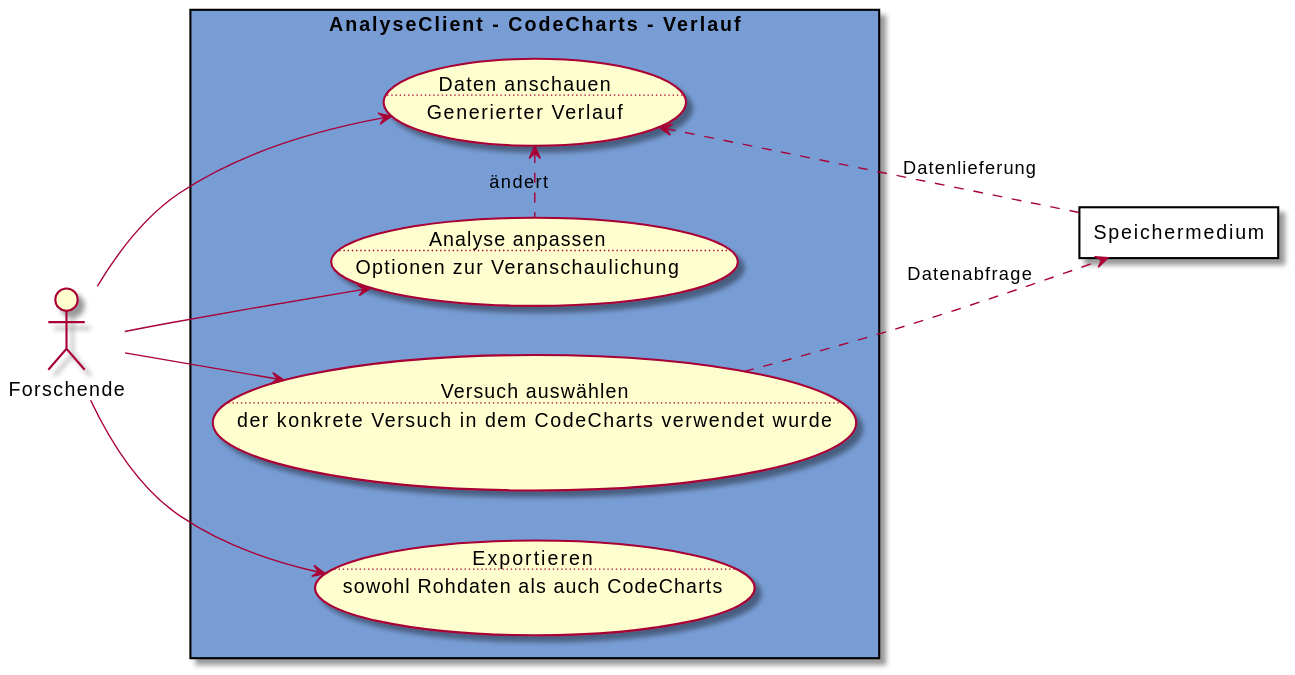
Earlier version of the PlantUML export meilenstein_05/usecase-analyse-codecharts/usecase-analyse-code_charts.svg (weichware10/meilensteine).
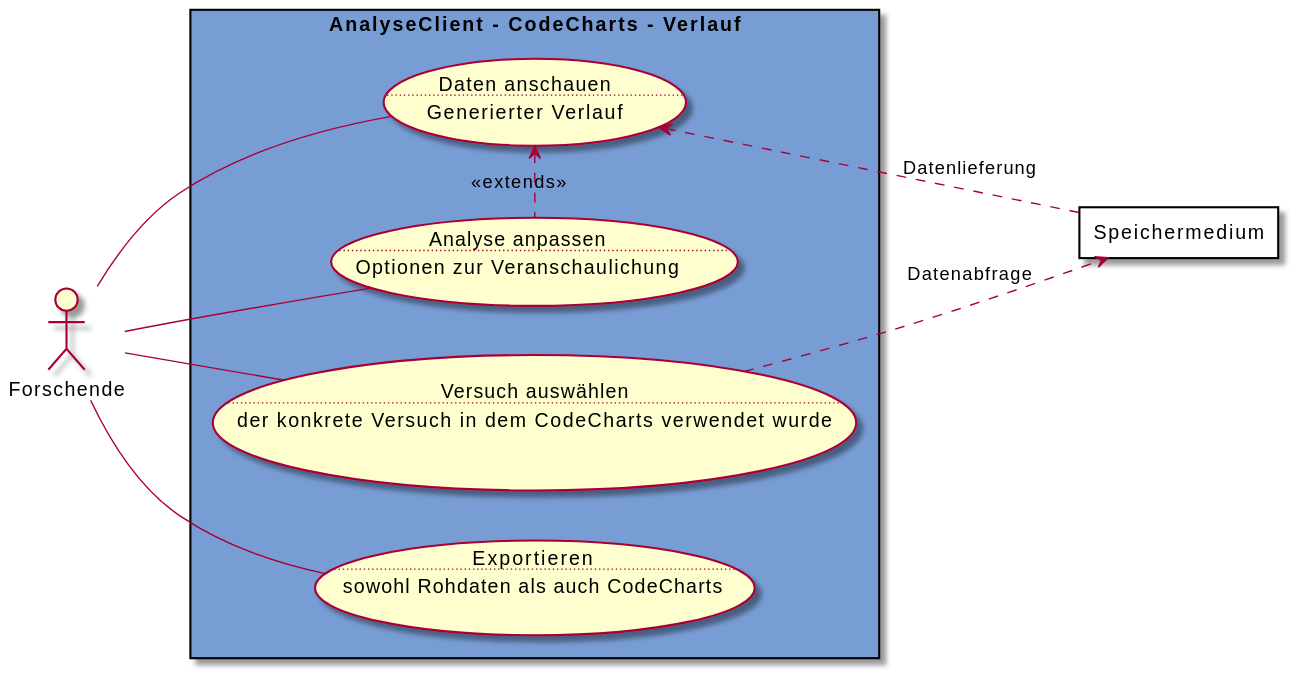
The same file after the commit.

Commit message:
rendered SVGs

What changed in the source:
```diff
@@ -20,13 +20,13 @@
 
 rectangle Speichermedium as s #FFFFFF
 
-f --> da
-f --> aa
-f --> ex
-f --> va
+f -- aa
+f -- da
+f -- ex
+f -- va
 
 va ..> s : Datenabfrage
 s .l.> da : Datenlieferung
 
-da <.r. aa : ändert
+da <.r. aa : <<extends>>
 @enduml
```
